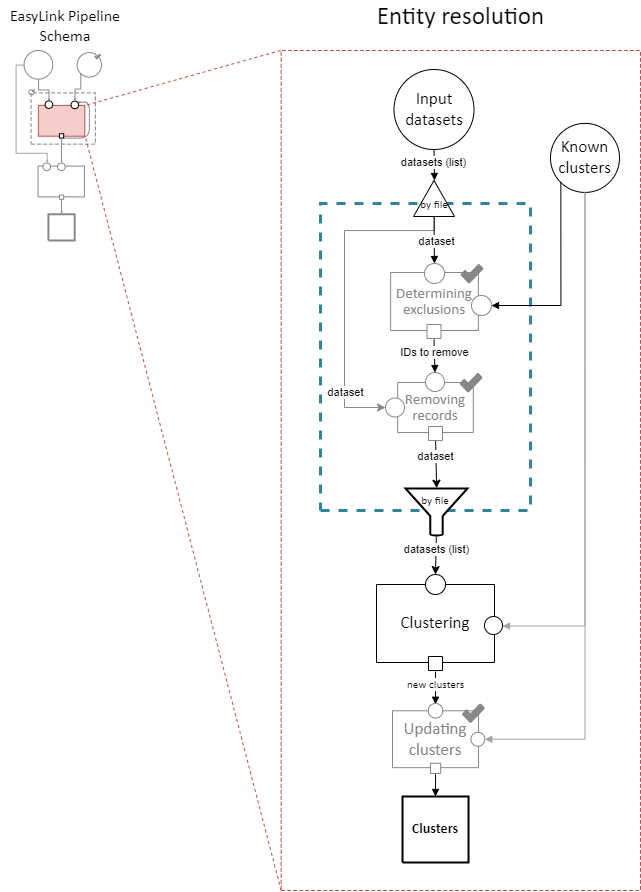
Above: docs/source/concepts/pipeline_schema/images/entity_resolution_sub_steps.drawio.png in ihmeuw/easylink (draw.io), before the change. Source tidied: cells renumbered, new cells last; positions are measured from the earlier drawing's top-left corner, leaving out a move shared by most shapes.
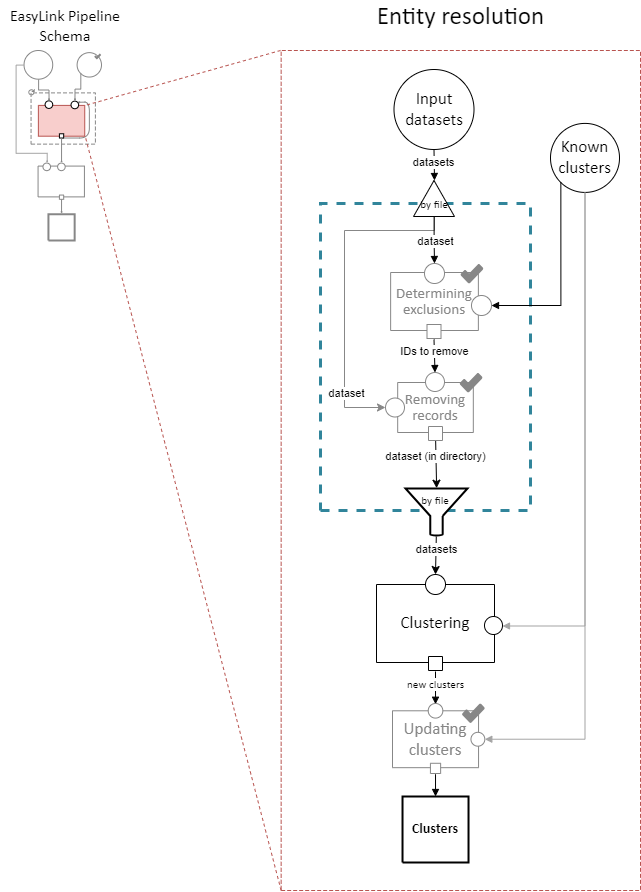
The same diagram one commit later.

Diff of the diagram source:
```diff
@@ -115,7 +115,7 @@
         <mxPoint x="12" as="offset" />
       </mxGeometry>
     </mxCell>
-    <mxCell id="33" value="datasets (list)" style="edgeLabel;html=1;align=center;verticalAlign=middle;" parent="32" vertex="1">
+    <mxCell id="33" value="datasets" style="edgeLabel;html=1;align=center;verticalAlign=middle;" parent="32" vertex="1">
       <mxGeometry x="-0.2" y="-1" relative="1" as="geometry" />
     </mxCell>
     <mxCell id="34" style="vsdxID=1142;edgeStyle=orthogonalEdgeStyle;startArrow=none;endArrow=block;startSize=5;endSize=5;strokeColor=#a5a5a5;spacingTop=0;spacingBottom=0;spacingLeft=0;spacingRight=0;verticalAlign=middle;html=1;labelBackgroundColor=#ffffff;rounded=0;exitX=0.5;exitY=1;exitDx=0;exitDy=0;exitPerimeter=0;entryX=1;entryY=0.5;entryDx=0;entryDy=0;entryPerimeter=0;" parent="1" edge="1" source="8" target="40">
@@ -258,7 +258,7 @@
     <mxCell id="72" style="edgeStyle=none;html=1;entryX=0.531;entryY=-0.115;entryDx=0;entryDy=0;entryPerimeter=0;" parent="1" edge="1" source="84" target="24">
       <mxGeometry relative="1" as="geometry" />
     </mxCell>
-    <mxCell id="73" value="dataset" style="edgeLabel;html=1;align=center;verticalAlign=middle;" parent="72" vertex="1">
+    <mxCell id="73" value="dataset (in directory)" style="edgeLabel;html=1;align=center;verticalAlign=middle;" parent="72" vertex="1">
       <mxGeometry x="-0.32" y="3" relative="1" as="geometry">
         <mxPoint x="-4" as="offset" />
       </mxGeometry>
@@ -266,7 +266,7 @@
     <mxCell id="74" style="edgeStyle=none;html=1;entryX=0.5;entryY=0;entryDx=0;entryDy=0;entryPerimeter=0;" parent="1" edge="1" source="23" target="17">
       <mxGeometry relative="1" as="geometry" />
     </mxCell>
-    <mxCell id="75" value="datasets (list)" style="edgeLabel;html=1;align=center;verticalAlign=middle;" parent="74" vertex="1">
+    <mxCell id="75" value="datasets" style="edgeLabel;html=1;align=center;verticalAlign=middle;" parent="74" vertex="1">
       <mxGeometry x="-0.3" relative="1" as="geometry" />
     </mxCell>
     <mxCell id="76" style="group;" parent="1" vertex="1">
```
